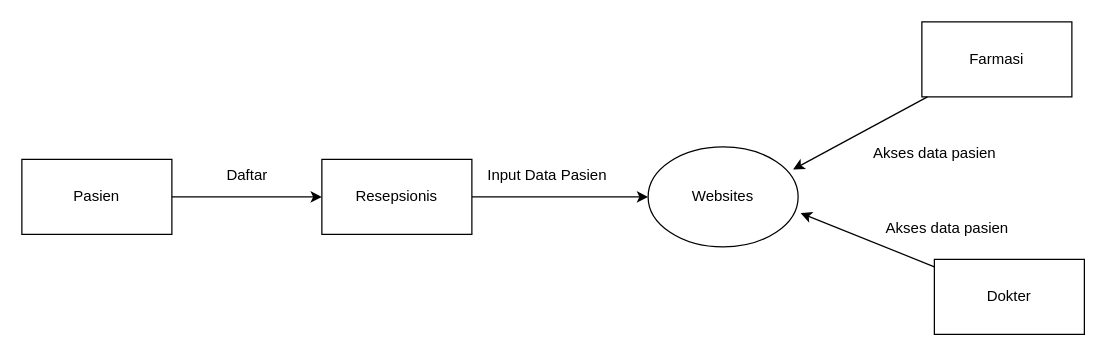
Earlier version of the draw.io diagram klinik-dfd-lvl0.drawio (rrahmatn/dfd_erd_uml). Source tidied: cells renumbered, new cells numbered last; positions are measured from the earlier drawing's top-left corner, leaving out a move shared by most shapes. Both pictures are drawn from the tidied source at 125%, with x=0, y=0 at pixel (21, 21).
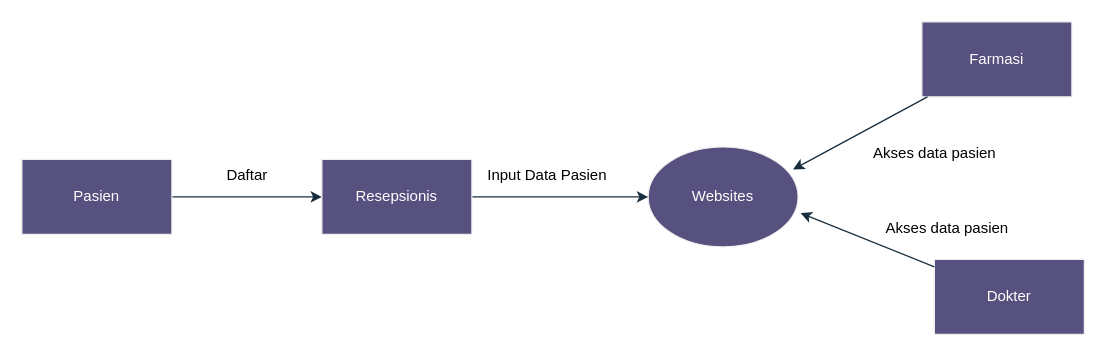
The same diagram, later.

The edit, as a diff of the source:
```diff
@@
 <mxGraphModel>
   <root>
     <mxCell id="0" />
     <mxCell id="1" parent="0" />
-    <mxCell id="2" value="Websites" style="ellipse;whiteSpace=wrap;html=1;" parent="1" vertex="1">
+    <mxCell id="2" value="Websites" style="ellipse;whiteSpace=wrap;html=1;labelBackgroundColor=none;fillColor=#56517E;strokeColor=#EEEEEE;fontColor=#FFFFFF;" parent="1" vertex="1">
       <mxGeometry x="501" y="100" width="120" height="80" as="geometry" />
     </mxCell>
-    <mxCell id="3" style="edgeStyle=orthogonalEdgeStyle;rounded=0;jettySize=auto;html=1;entryX=0;entryY=0.5;entryDx=0;entryDy=0;" parent="1" edge="1" source="4" target="6">
+    <mxCell id="3" style="edgeStyle=orthogonalEdgeStyle;rounded=0;jettySize=auto;html=1;entryX=0;entryY=0.5;entryDx=0;entryDy=0;labelBackgroundColor=none;strokeColor=#182E3E;fontColor=default;" parent="1" edge="1" source="4" target="6">
       <mxGeometry relative="1" as="geometry" />
     </mxCell>
-    <mxCell id="4" value="Pasien" style="rounded=0;whiteSpace=wrap;html=1;" parent="1" vertex="1">
+    <mxCell id="4" value="Pasien" style="rounded=0;whiteSpace=wrap;html=1;labelBackgroundColor=none;fillColor=#56517E;strokeColor=#EEEEEE;fontColor=#FFFFFF;" parent="1" vertex="1">
       <mxGeometry y="110" width="120" height="60" as="geometry" />
     </mxCell>
-    <mxCell id="5" style="edgeStyle=orthogonalEdgeStyle;rounded=0;jettySize=auto;html=1;exitX=1;exitY=0.5;exitDx=0;exitDy=0;" parent="1" edge="1" source="6" target="2">
+    <mxCell id="5" style="edgeStyle=orthogonalEdgeStyle;rounded=0;jettySize=auto;html=1;exitX=1;exitY=0.5;exitDx=0;exitDy=0;labelBackgroundColor=none;strokeColor=#182E3E;fontColor=default;" parent="1" edge="1" source="6" target="2">
       <mxGeometry relative="1" as="geometry" />
     </mxCell>
-    <mxCell id="6" value="Resepsionis" style="rounded=0;whiteSpace=wrap;html=1;" parent="1" vertex="1">
+    <mxCell id="6" value="Resepsionis" style="rounded=0;whiteSpace=wrap;html=1;labelBackgroundColor=none;fillColor=#56517E;strokeColor=#EEEEEE;fontColor=#FFFFFF;" parent="1" vertex="1">
       <mxGeometry x="240" y="110" width="120" height="60" as="geometry" />
     </mxCell>
-    <mxCell id="7" value="Farmasi" style="rounded=0;whiteSpace=wrap;html=1;" parent="1" vertex="1">
+    <mxCell id="7" value="Farmasi" style="rounded=0;whiteSpace=wrap;html=1;labelBackgroundColor=none;fillColor=#56517E;strokeColor=#EEEEEE;fontColor=#FFFFFF;" parent="1" vertex="1">
       <mxGeometry x="720" width="120" height="60" as="geometry" />
     </mxCell>
-    <mxCell id="8" value="Dokter" style="rounded=0;whiteSpace=wrap;html=1;" parent="1" vertex="1">
+    <mxCell id="8" value="Dokter" style="rounded=0;whiteSpace=wrap;html=1;labelBackgroundColor=none;fillColor=#56517E;strokeColor=#EEEEEE;fontColor=#FFFFFF;" parent="1" vertex="1">
       <mxGeometry x="730" y="190" width="120" height="60" as="geometry" />
     </mxCell>
-    <mxCell id="9" value="Daftar" style="text;html=1;align=center;verticalAlign=middle;strokeColor=none;fillColor=none;" parent="1" vertex="1">
+    <mxCell id="9" value="Daftar" style="text;html=1;align=center;verticalAlign=middle;strokeColor=none;fillColor=none;labelBackgroundColor=none;" parent="1" vertex="1">
       <mxGeometry x="150" y="108" width="60" height="30" as="geometry" />
     </mxCell>
-    <mxCell id="10" value="Input Data Pasien" style="text;html=1;align=center;verticalAlign=middle;strokeColor=none;fillColor=none;" parent="1" vertex="1">
+    <mxCell id="10" value="Input Data Pasien" style="text;html=1;align=center;verticalAlign=middle;strokeColor=none;fillColor=none;labelBackgroundColor=none;" parent="1" vertex="1">
       <mxGeometry x="360" y="108" width="120" height="30" as="geometry" />
     </mxCell>
-    <mxCell id="11" style="rounded=0;jettySize=auto;html=1;entryX=1.017;entryY=0.663;entryDx=0;entryDy=0;entryPerimeter=0;" parent="1" edge="1" source="8" target="2">
+    <mxCell id="11" style="rounded=0;jettySize=auto;html=1;entryX=1.017;entryY=0.663;entryDx=0;entryDy=0;entryPerimeter=0;labelBackgroundColor=none;strokeColor=#182E3E;fontColor=default;" parent="1" edge="1" source="8" target="2">
       <mxGeometry relative="1" as="geometry" />
     </mxCell>
-    <mxCell id="12" style="rounded=0;jettySize=auto;html=1;entryX=0.967;entryY=0.225;entryDx=0;entryDy=0;entryPerimeter=0;" parent="1" edge="1" source="7" target="2">
+    <mxCell id="12" style="rounded=0;jettySize=auto;html=1;entryX=0.967;entryY=0.225;entryDx=0;entryDy=0;entryPerimeter=0;labelBackgroundColor=none;strokeColor=#182E3E;fontColor=default;" parent="1" edge="1" source="7" target="2">
       <mxGeometry relative="1" as="geometry" />
     </mxCell>
-    <mxCell id="13" value="Akses data pasien" style="text;html=1;align=center;verticalAlign=middle;strokeColor=none;fillColor=none;" parent="1" vertex="1">
+    <mxCell id="13" value="Akses data pasien" style="text;html=1;align=center;verticalAlign=middle;strokeColor=none;fillColor=none;labelBackgroundColor=none;" parent="1" vertex="1">
       <mxGeometry x="670" y="90" width="120" height="30" as="geometry" />
     </mxCell>
-    <mxCell id="14" value="Akses data pasien" style="text;html=1;align=center;verticalAlign=middle;strokeColor=none;fillColor=none;" parent="1" vertex="1">
+    <mxCell id="14" value="Akses data pasien" style="text;html=1;align=center;verticalAlign=middle;strokeColor=none;fillColor=none;labelBackgroundColor=none;" parent="1" vertex="1">
       <mxGeometry x="680" y="150" width="120" height="30" as="geometry" />
     </mxCell>
   </root>
 </mxGraphModel>
```
